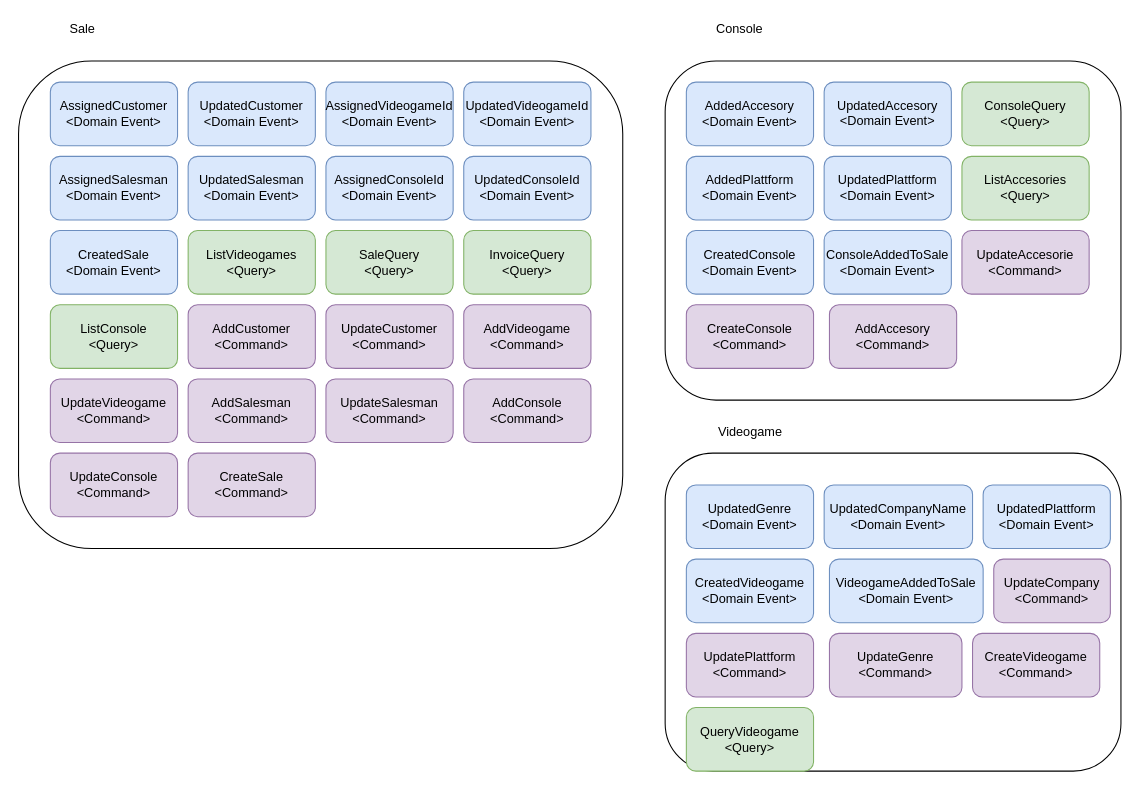
Before: page "DomainEvents" (4 of 4) of Model Design/fase3.drawio in maxdarkx/DomainModel, a draw.io diagram. Source tidied: cells renumbered, new cells numbered last; positions are measured from the earlier drawing's top-left corner, leaving out a move shared by most shapes. Both pictures are drawn from the tidied source at 106%, with x=0, y=0 at pixel (18, 18).
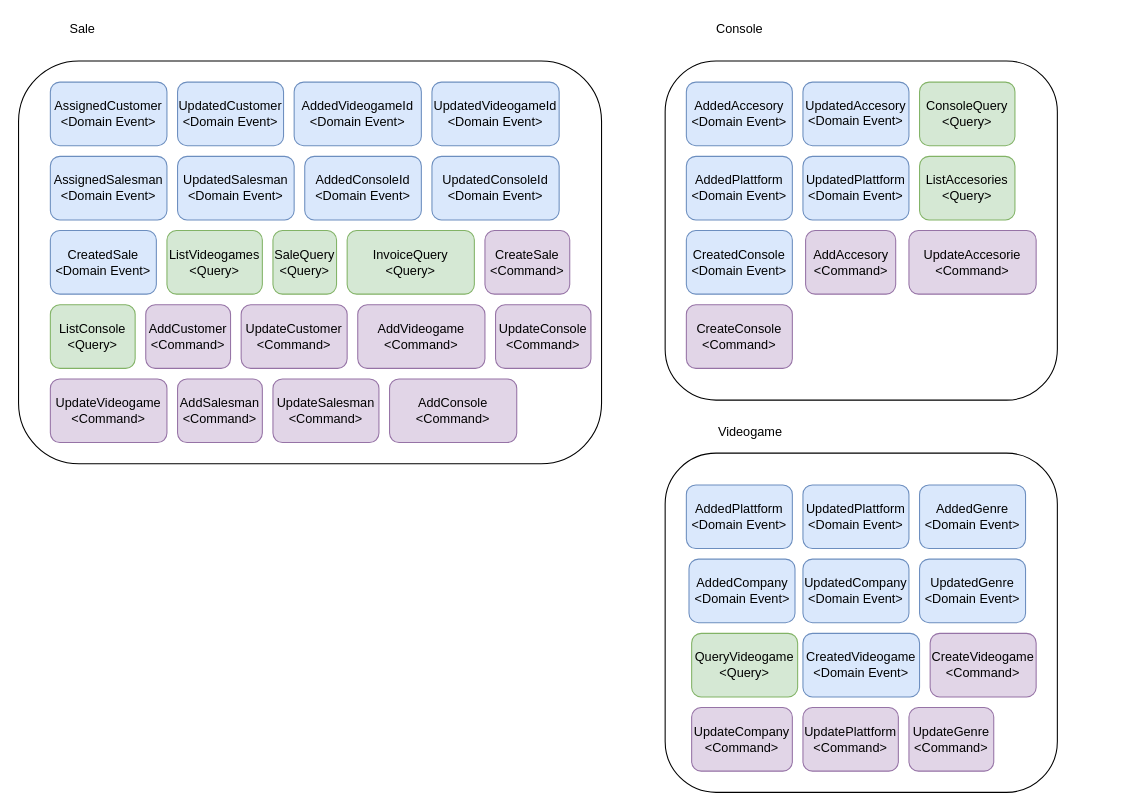
The same diagram, later.

Change to the diagram source:
```diff
@@
     <mxCell id="2" style="rounded=1;whiteSpace=wrap;html=1;" parent="1" vertex="1">
-      <mxGeometry x="610" y="410" width="430" height="300" as="geometry" />
+      <mxGeometry x="610" y="410" width="370" height="320" as="geometry" />
     </mxCell>
@@
     <mxCell id="4" style="rounded=1;whiteSpace=wrap;html=1;" parent="1" vertex="1">
-      <mxGeometry y="40" width="570" height="460" as="geometry" />
+      <mxGeometry y="40" width="550" height="380" as="geometry" />
     </mxCell>
@@
     <mxCell id="6" style="rounded=1;whiteSpace=wrap;html=1;" parent="1" vertex="1">
-      <mxGeometry x="610" y="40" width="430" height="320" as="geometry" />
+      <mxGeometry x="610" y="40" width="370" height="320" as="geometry" />
     </mxCell>
@@
     <mxCell id="8" value="AddedAccesory&lt;br&gt;&amp;lt;Domain Event&amp;gt;" style="rounded=1;whiteSpace=wrap;html=1;fillColor=#dae8fc;strokeColor=#6c8ebf;" parent="1" vertex="1">
-      <mxGeometry x="630" y="60" width="120" height="60" as="geometry" />
+      <mxGeometry x="630" y="60" width="100" height="60" as="geometry" />
     </mxCell>
     <mxCell id="9" value="AddedPlattform&lt;br&gt;&amp;lt;Domain Event&amp;gt;" style="rounded=1;whiteSpace=wrap;html=1;fillColor=#dae8fc;strokeColor=#6c8ebf;" parent="1" vertex="1">
-      <mxGeometry x="630" y="130" width="120" height="60" as="geometry" />
+      <mxGeometry x="630" y="130" width="100" height="60" as="geometry" />
     </mxCell>
     <mxCell id="10" value="UpdatedPlattform&lt;br&gt;&amp;lt;Domain Event&amp;gt;" style="rounded=1;whiteSpace=wrap;html=1;fillColor=#dae8fc;strokeColor=#6c8ebf;" parent="1" vertex="1">
-      <mxGeometry x="760" y="130" width="120" height="60" as="geometry" />
+      <mxGeometry x="740" y="130" width="100" height="60" as="geometry" />
     </mxCell>
     <mxCell id="11" value="UpdatedAccesory&lt;br&gt;&amp;lt;Domain Event&amp;gt;&lt;font color=&quot;rgba(0, 0, 0, 0)&quot; face=&quot;monospace&quot;&gt;&lt;span style=&quot;font-size: 0px&quot;&gt;&lt;br&gt;&lt;/span&gt;&lt;/font&gt;" style="rounded=1;whiteSpace=wrap;html=1;fillColor=#dae8fc;strokeColor=#6c8ebf;" parent="1" vertex="1">
-      <mxGeometry x="760" y="60" width="120" height="60" as="geometry" />
+      <mxGeometry x="740" y="60" width="100" height="60" as="geometry" />
     </mxCell>
     <mxCell id="12" value="ListConsole&lt;br&gt;&amp;lt;Query&amp;gt;" style="rounded=1;whiteSpace=wrap;html=1;fillColor=#d5e8d4;strokeColor=#82b366;" parent="1" vertex="1">
-      <mxGeometry x="30" y="270" width="120" height="60" as="geometry" />
+      <mxGeometry x="30" y="270" width="80" height="60" as="geometry" />
     </mxCell>
     <mxCell id="13" value="CreatedConsole&lt;br&gt;&amp;lt;Domain Event&amp;gt;" style="rounded=1;whiteSpace=wrap;html=1;fillColor=#dae8fc;strokeColor=#6c8ebf;" parent="1" vertex="1">
-      <mxGeometry x="630" y="200" width="120" height="60" as="geometry" />
+      <mxGeometry x="630" y="200" width="100" height="60" as="geometry" />
     </mxCell>
     <mxCell id="14" value="UpdateAccesorie&lt;br&gt;&amp;lt;Command&amp;gt;" style="rounded=1;whiteSpace=wrap;html=1;fillColor=#e1d5e7;strokeColor=#9673a6;" parent="1" vertex="1">
-      <mxGeometry x="890" y="200" width="120" height="60" as="geometry" />
+      <mxGeometry x="840" y="200" width="120" height="60" as="geometry" />
     </mxCell>
     <mxCell id="15" value="AddAccesory&lt;br&gt;&amp;lt;Command&amp;gt;" style="rounded=1;whiteSpace=wrap;html=1;fillColor=#e1d5e7;strokeColor=#9673a6;" parent="1" vertex="1">
-      <mxGeometry x="765" y="270" width="120" height="60" as="geometry" />
+      <mxGeometry x="742.5" y="200" width="85" height="60" as="geometry" />
     </mxCell>
     <mxCell id="16" value="ConsoleQuery&lt;br&gt;&amp;lt;Query&amp;gt;" style="rounded=1;whiteSpace=wrap;html=1;fillColor=#d5e8d4;strokeColor=#82b366;" parent="1" vertex="1">
-      <mxGeometry x="890" y="60" width="120" height="60" as="geometry" />
+      <mxGeometry x="850" y="60" width="90" height="60" as="geometry" />
     </mxCell>
     <mxCell id="17" value="ListAccesories&lt;br&gt;&amp;lt;Query&amp;gt;" style="rounded=1;whiteSpace=wrap;html=1;fillColor=#d5e8d4;strokeColor=#82b366;" parent="1" vertex="1">
-      <mxGeometry x="890" y="130" width="120" height="60" as="geometry" />
+      <mxGeometry x="850" y="130" width="90" height="60" as="geometry" />
     </mxCell>
     <mxCell id="18" value="UpdatedGenre&lt;br&gt;&amp;lt;Domain Event&amp;gt;" style="rounded=1;whiteSpace=wrap;html=1;fillColor=#dae8fc;strokeColor=#6c8ebf;" parent="1" vertex="1">
-      <mxGeometry x="630" y="440" width="120" height="60" as="geometry" />
+      <mxGeometry x="850" y="510" width="100" height="60" as="geometry" />
     </mxCell>
-    <mxCell id="19" value="UpdatedCompanyName&lt;br&gt;&amp;lt;Domain Event&amp;gt;" style="rounded=1;whiteSpace=wrap;html=1;fillColor=#dae8fc;strokeColor=#6c8ebf;" parent="1" vertex="1">
-      <mxGeometry x="760" y="440" width="140" height="60" as="geometry" />
+    <mxCell id="19" value="UpdatedCompany&lt;br&gt;&amp;lt;Domain Event&amp;gt;" style="rounded=1;whiteSpace=wrap;html=1;fillColor=#dae8fc;strokeColor=#6c8ebf;" parent="1" vertex="1">
+      <mxGeometry x="740" y="510" width="100" height="60" as="geometry" />
     </mxCell>
     <mxCell id="20" value="UpdatedPlattform&lt;br&gt;&amp;lt;Domain Event&amp;gt;" style="rounded=1;whiteSpace=wrap;html=1;fillColor=#dae8fc;strokeColor=#6c8ebf;" parent="1" vertex="1">
-      <mxGeometry x="910" y="440" width="120" height="60" as="geometry" />
+      <mxGeometry x="740" y="440" width="100" height="60" as="geometry" />
     </mxCell>
     <mxCell id="21" value="UpdateGenre&lt;br&gt;&amp;lt;Command&amp;gt;" style="rounded=1;whiteSpace=wrap;html=1;fillColor=#e1d5e7;strokeColor=#9673a6;" parent="1" vertex="1">
-      <mxGeometry x="765" y="580" width="125" height="60" as="geometry" />
+      <mxGeometry x="840" y="650" width="80" height="60" as="geometry" />
     </mxCell>
     <mxCell id="22" value="UpdateCompany&lt;br&gt;&amp;lt;Command&amp;gt;" style="rounded=1;whiteSpace=wrap;html=1;fillColor=#e1d5e7;strokeColor=#9673a6;" parent="1" vertex="1">
-      <mxGeometry x="920" y="510" width="110" height="60" as="geometry" />
+      <mxGeometry x="635" y="650" width="95" height="60" as="geometry" />
     </mxCell>
     <mxCell id="23" value="UpdatePlattform&lt;br&gt;&amp;lt;Command&amp;gt;" style="rounded=1;whiteSpace=wrap;html=1;fillColor=#e1d5e7;strokeColor=#9673a6;" parent="1" vertex="1">
-      <mxGeometry x="630" y="580" width="120" height="60" as="geometry" />
+      <mxGeometry x="740" y="650" width="90" height="60" as="geometry" />
     </mxCell>
     <mxCell id="24" value="QueryVideogame&lt;br&gt;&amp;lt;Query&amp;gt;" style="rounded=1;whiteSpace=wrap;html=1;fillColor=#d5e8d4;strokeColor=#82b366;" parent="1" vertex="1">
-      <mxGeometry x="630" y="650" width="120" height="60" as="geometry" />
+      <mxGeometry x="635" y="580" width="100" height="60" as="geometry" />
     </mxCell>
     <mxCell id="25" value="AssignedCustomer&lt;br&gt;&amp;lt;Domain Event&amp;gt;" style="rounded=1;whiteSpace=wrap;html=1;fillColor=#dae8fc;strokeColor=#6c8ebf;" parent="1" vertex="1">
-      <mxGeometry x="30" y="60" width="120" height="60" as="geometry" />
+      <mxGeometry x="30" y="60" width="110" height="60" as="geometry" />
     </mxCell>
     <mxCell id="26" value="UpdatedCustomer&lt;br&gt;&amp;lt;Domain Event&amp;gt;" style="rounded=1;whiteSpace=wrap;html=1;fillColor=#dae8fc;strokeColor=#6c8ebf;" parent="1" vertex="1">
-      <mxGeometry x="160" y="60" width="120" height="60" as="geometry" />
+      <mxGeometry x="150" y="60" width="100" height="60" as="geometry" />
     </mxCell>
     <mxCell id="27" value="AssignedSalesman&lt;br&gt;&amp;lt;Domain Event&amp;gt;" style="rounded=1;whiteSpace=wrap;html=1;fillColor=#dae8fc;strokeColor=#6c8ebf;" parent="1" vertex="1">
-      <mxGeometry x="30" y="130" width="120" height="60" as="geometry" />
+      <mxGeometry x="30" y="130" width="110" height="60" as="geometry" />
     </mxCell>
     <mxCell id="28" value="UpdatedSalesman&lt;br&gt;&amp;lt;Domain Event&amp;gt;" style="rounded=1;whiteSpace=wrap;html=1;fillColor=#dae8fc;strokeColor=#6c8ebf;" parent="1" vertex="1">
-      <mxGeometry x="160" y="130" width="120" height="60" as="geometry" />
+      <mxGeometry x="150" y="130" width="110" height="60" as="geometry" />
     </mxCell>
-    <mxCell id="29" value="AssignedVideogameId&lt;br&gt;&amp;lt;Domain Event&amp;gt;" style="rounded=1;whiteSpace=wrap;html=1;fillColor=#dae8fc;strokeColor=#6c8ebf;" parent="1" vertex="1">
-      <mxGeometry x="290" y="60" width="120" height="60" as="geometry" />
+    <mxCell id="29" value="AddedVideogameId&lt;br&gt;&amp;lt;Domain Event&amp;gt;" style="rounded=1;whiteSpace=wrap;html=1;fillColor=#dae8fc;strokeColor=#6c8ebf;" parent="1" vertex="1">
+      <mxGeometry x="260" y="60" width="120" height="60" as="geometry" />
     </mxCell>
     <mxCell id="30" value="UpdatedVideogameId&lt;br&gt;&amp;lt;Domain Event&amp;gt;" style="rounded=1;whiteSpace=wrap;html=1;fillColor=#dae8fc;strokeColor=#6c8ebf;" parent="1" vertex="1">
-      <mxGeometry x="420" y="60" width="120" height="60" as="geometry" />
+      <mxGeometry x="390" y="60" width="120" height="60" as="geometry" />
     </mxCell>
-    <mxCell id="31" value="AssignedConsoleId&lt;br&gt;&amp;lt;Domain Event&amp;gt;" style="rounded=1;whiteSpace=wrap;html=1;fillColor=#dae8fc;strokeColor=#6c8ebf;" parent="1" vertex="1">
-      <mxGeometry x="290" y="130" width="120" height="60" as="geometry" />
+    <mxCell id="31" value="AddedConsoleId&lt;br&gt;&amp;lt;Domain Event&amp;gt;" style="rounded=1;whiteSpace=wrap;html=1;fillColor=#dae8fc;strokeColor=#6c8ebf;" parent="1" vertex="1">
+      <mxGeometry x="270" y="130" width="110" height="60" as="geometry" />
     </mxCell>
     <mxCell id="32" value="UpdatedConsoleId&lt;br&gt;&amp;lt;Domain Event&amp;gt;" style="rounded=1;whiteSpace=wrap;html=1;fillColor=#dae8fc;strokeColor=#6c8ebf;" parent="1" vertex="1">
-      <mxGeometry x="420" y="130" width="120" height="60" as="geometry" />
+      <mxGeometry x="390" y="130" width="120" height="60" as="geometry" />
     </mxCell>
     <mxCell id="33" value="ListVideogames&lt;br&gt;&amp;lt;Query&amp;gt;" style="rounded=1;whiteSpace=wrap;html=1;fillColor=#d5e8d4;strokeColor=#82b366;" parent="1" vertex="1">
-      <mxGeometry x="160" y="200" width="120" height="60" as="geometry" />
+      <mxGeometry x="140" y="200" width="90" height="60" as="geometry" />
     </mxCell>
     <mxCell id="34" value="SaleQuery&lt;br&gt;&amp;lt;Query&amp;gt;" style="rounded=1;whiteSpace=wrap;html=1;fillColor=#d5e8d4;strokeColor=#82b366;" parent="1" vertex="1">
-      <mxGeometry x="290" y="200" width="120" height="60" as="geometry" />
+      <mxGeometry x="240" y="200" width="60" height="60" as="geometry" />
     </mxCell>
     <mxCell id="35" value="AddCustomer&lt;br&gt;&amp;lt;Command&amp;gt;" style="rounded=1;whiteSpace=wrap;html=1;fillColor=#e1d5e7;strokeColor=#9673a6;" parent="1" vertex="1">
-      <mxGeometry x="160" y="270" width="120" height="60" as="geometry" />
+      <mxGeometry x="120" y="270" width="80" height="60" as="geometry" />
     </mxCell>
     <mxCell id="36" value="UpdateCustomer&lt;br&gt;&amp;lt;Command&amp;gt;" style="rounded=1;whiteSpace=wrap;html=1;fillColor=#e1d5e7;strokeColor=#9673a6;" parent="1" vertex="1">
-      <mxGeometry x="290" y="270" width="120" height="60" as="geometry" />
+      <mxGeometry x="210" y="270" width="100" height="60" as="geometry" />
     </mxCell>
     <mxCell id="37" value="AddSalesman&lt;br&gt;&amp;lt;Command&amp;gt;" style="rounded=1;whiteSpace=wrap;html=1;fillColor=#e1d5e7;strokeColor=#9673a6;" parent="1" vertex="1">
-      <mxGeometry x="160" y="340" width="120" height="60" as="geometry" />
+      <mxGeometry x="150" y="340" width="80" height="60" as="geometry" />
     </mxCell>
     <mxCell id="38" value="UpdateSalesman&lt;br&gt;&amp;lt;Command&amp;gt;" style="rounded=1;whiteSpace=wrap;html=1;fillColor=#e1d5e7;strokeColor=#9673a6;" parent="1" vertex="1">
-      <mxGeometry x="290" y="340" width="120" height="60" as="geometry" />
+      <mxGeometry x="240" y="340" width="100" height="60" as="geometry" />
     </mxCell>
     <mxCell id="39" value="AddVideogame&lt;br&gt;&amp;lt;Command&amp;gt;" style="rounded=1;whiteSpace=wrap;html=1;fillColor=#e1d5e7;strokeColor=#9673a6;" parent="1" vertex="1">
-      <mxGeometry x="420" y="270" width="120" height="60" as="geometry" />
+      <mxGeometry x="320" y="270" width="120" height="60" as="geometry" />
     </mxCell>
     <mxCell id="40" value="UpdateVideogame&lt;br&gt;&amp;lt;Command&amp;gt;" style="rounded=1;whiteSpace=wrap;html=1;fillColor=#e1d5e7;strokeColor=#9673a6;" parent="1" vertex="1">
-      <mxGeometry x="30" y="340" width="120" height="60" as="geometry" />
+      <mxGeometry x="30" y="340" width="110" height="60" as="geometry" />
     </mxCell>
     <mxCell id="41" value="AddConsole&lt;br&gt;&amp;lt;Command&amp;gt;" style="rounded=1;whiteSpace=wrap;html=1;fillColor=#e1d5e7;strokeColor=#9673a6;" parent="1" vertex="1">
-      <mxGeometry x="420" y="340" width="120" height="60" as="geometry" />
+      <mxGeometry x="350" y="340" width="120" height="60" as="geometry" />
     </mxCell>
     <mxCell id="42" value="UpdateConsole&lt;br&gt;&amp;lt;Command&amp;gt;" style="rounded=1;whiteSpace=wrap;html=1;fillColor=#e1d5e7;strokeColor=#9673a6;" parent="1" vertex="1">
-      <mxGeometry x="30" y="410" width="120" height="60" as="geometry" />
+      <mxGeometry x="450" y="270" width="90" height="60" as="geometry" />
     </mxCell>
     <mxCell id="43" value="InvoiceQuery&lt;br&gt;&amp;lt;Query&amp;gt;" style="rounded=1;whiteSpace=wrap;html=1;fillColor=#d5e8d4;strokeColor=#82b366;" parent="1" vertex="1">
-      <mxGeometry x="420" y="200" width="120" height="60" as="geometry" />
+      <mxGeometry x="310" y="200" width="120" height="60" as="geometry" />
     </mxCell>
     <mxCell id="44" value="CreatedSale&lt;br&gt;&amp;lt;Domain Event&amp;gt;" style="rounded=1;whiteSpace=wrap;html=1;fillColor=#dae8fc;strokeColor=#6c8ebf;" parent="1" vertex="1">
-      <mxGeometry x="30" y="200" width="120" height="60" as="geometry" />
+      <mxGeometry x="30" y="200" width="100" height="60" as="geometry" />
     </mxCell>
     <mxCell id="45" value="CreatedVideogame&lt;br&gt;&amp;lt;Domain Event&amp;gt;" style="rounded=1;whiteSpace=wrap;html=1;fillColor=#dae8fc;strokeColor=#6c8ebf;" parent="1" vertex="1">
-      <mxGeometry x="630" y="510" width="120" height="60" as="geometry" />
+      <mxGeometry x="740" y="580" width="110" height="60" as="geometry" />
     </mxCell>
     <mxCell id="46" value="CreateConsole&lt;br&gt;&amp;lt;Command&amp;gt;" style="rounded=1;whiteSpace=wrap;html=1;fillColor=#e1d5e7;strokeColor=#9673a6;" parent="1" vertex="1">
-      <mxGeometry x="630" y="270" width="120" height="60" as="geometry" />
+      <mxGeometry x="630" y="270" width="100" height="60" as="geometry" />
     </mxCell>
     <mxCell id="47" value="CreateSale&lt;br&gt;&amp;lt;Command&amp;gt;" style="rounded=1;whiteSpace=wrap;html=1;fillColor=#e1d5e7;strokeColor=#9673a6;" parent="1" vertex="1">
-      <mxGeometry x="160" y="410" width="120" height="60" as="geometry" />
+      <mxGeometry x="440" y="200" width="80" height="60" as="geometry" />
     </mxCell>
     <mxCell id="48" value="CreateVideogame&lt;br&gt;&amp;lt;Command&amp;gt;" style="rounded=1;whiteSpace=wrap;html=1;fillColor=#e1d5e7;strokeColor=#9673a6;" parent="1" vertex="1">
-      <mxGeometry x="900" y="580" width="120" height="60" as="geometry" />
+      <mxGeometry x="860" y="580" width="100" height="60" as="geometry" />
     </mxCell>
-    <mxCell id="49" value="ConsoleAddedToSale&lt;br&gt;&amp;lt;Domain Event&amp;gt;" style="rounded=1;whiteSpace=wrap;html=1;fillColor=#dae8fc;strokeColor=#6c8ebf;" parent="1" vertex="1">
-      <mxGeometry x="760" y="200" width="120" height="60" as="geometry" />
-    </mxCell>
-    <mxCell id="50" value="VideogameAddedToSale&lt;br&gt;&amp;lt;Domain Event&amp;gt;" style="rounded=1;whiteSpace=wrap;html=1;fillColor=#dae8fc;strokeColor=#6c8ebf;" parent="1" vertex="1">
-      <mxGeometry x="765" y="510" width="145" height="60" as="geometry" />
-    </mxCell>
+    <mxCell id="51" value="AddedGenre&lt;br&gt;&amp;lt;Domain Event&amp;gt;" style="rounded=1;whiteSpace=wrap;html=1;fillColor=#dae8fc;strokeColor=#6c8ebf;" parent="1" vertex="1">
+      <mxGeometry x="850" y="440" width="100" height="60" as="geometry" />
+    </mxCell>
+    <mxCell id="52" value="AddedPlattform&lt;br&gt;&amp;lt;Domain Event&amp;gt;" style="rounded=1;whiteSpace=wrap;html=1;fillColor=#dae8fc;strokeColor=#6c8ebf;" parent="1" vertex="1">
+      <mxGeometry x="630" y="440" width="100" height="60" as="geometry" />
+    </mxCell>
+    <mxCell id="53" value="AddedCompany&lt;br&gt;&amp;lt;Domain Event&amp;gt;" style="rounded=1;whiteSpace=wrap;html=1;fillColor=#dae8fc;strokeColor=#6c8ebf;" parent="1" vertex="1">
+      <mxGeometry x="632.5" y="510" width="100" height="60" as="geometry" />
+    </mxCell>
```
